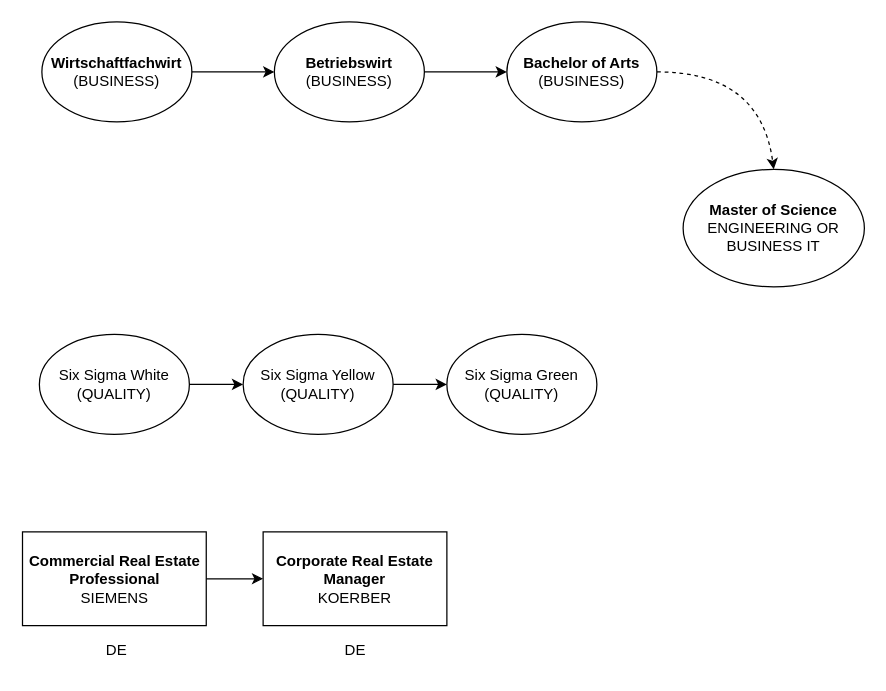
The draw.io diagram page "Career" (1 of 4) of Notes/My CS Roadmap.drawio in wunschzettel891/Workbench, before the edit. Source tidied: cells renumbered, new cells numbered last; positions are measured from the earlier drawing's top-left corner, leaving out a move shared by most shapes. Both pictures are drawn from the tidied source at 125%, with x=0, y=0 at pixel (22, 21).
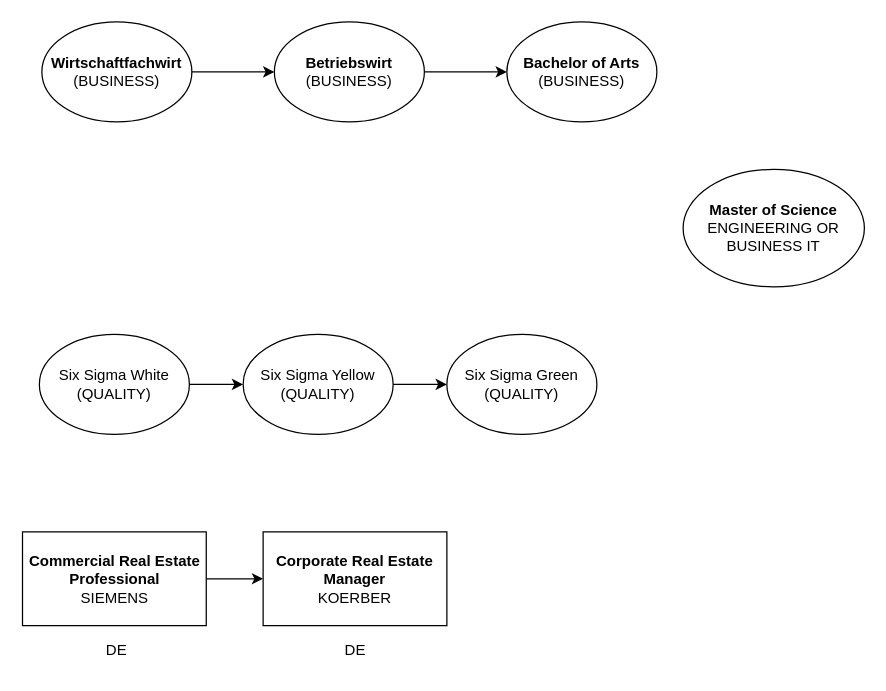
After the change.

The change refers to these unchanged cells:
```xml
<mxCell id="4" value="&lt;div&gt;&lt;b&gt;Bachelor of Arts&lt;/b&gt;&lt;/div&gt;&lt;div&gt;(BUSINESS)&lt;/div&gt;" style="ellipse;whiteSpace=wrap;html=1;fillColor=light-dark(#FFFFFF,#FFFF00);fillStyle=solid;fontColor=light-dark(#000000,#000000);strokeColor=light-dark(#000000,#000000);" parent="1" vertex="1">
  <mxGeometry x="387" width="120" height="80" as="geometry" />
</mxCell>
<mxCell id="5" value="&lt;div&gt;&lt;b&gt;Master of Science&lt;/b&gt;&lt;/div&gt;&lt;div&gt;ENGINEERING OR&lt;/div&gt;&lt;div&gt;BUSINESS IT&lt;/div&gt;" style="ellipse;whiteSpace=wrap;html=1;fillColor=light-dark(#FFFFFF,#FFFFFF);fillStyle=solid;fontColor=light-dark(#000000,#000000);strokeColor=light-dark(#000000,#000000);" parent="1" vertex="1">
  <mxGeometry x="528" y="118" width="145" height="94" as="geometry" />
</mxCell>
```

The edit, as a diff of the source:
```diff
@@
-    <mxCell id="11" style="endArrow=classic;html=1;rounded=0;exitX=1;exitY=0.5;exitDx=0;exitDy=0;strokeColor=light-dark(#000000,#000000);entryX=0.5;entryY=0;entryDx=0;entryDy=0;curved=1;dashed=1;" parent="1" edge="1" source="4" target="5">
-      <mxGeometry relative="1" as="geometry">
-        <Array as="points">
-          <mxPoint x="590" y="40" />
-        </Array>
-      </mxGeometry>
-    </mxCell>
```
